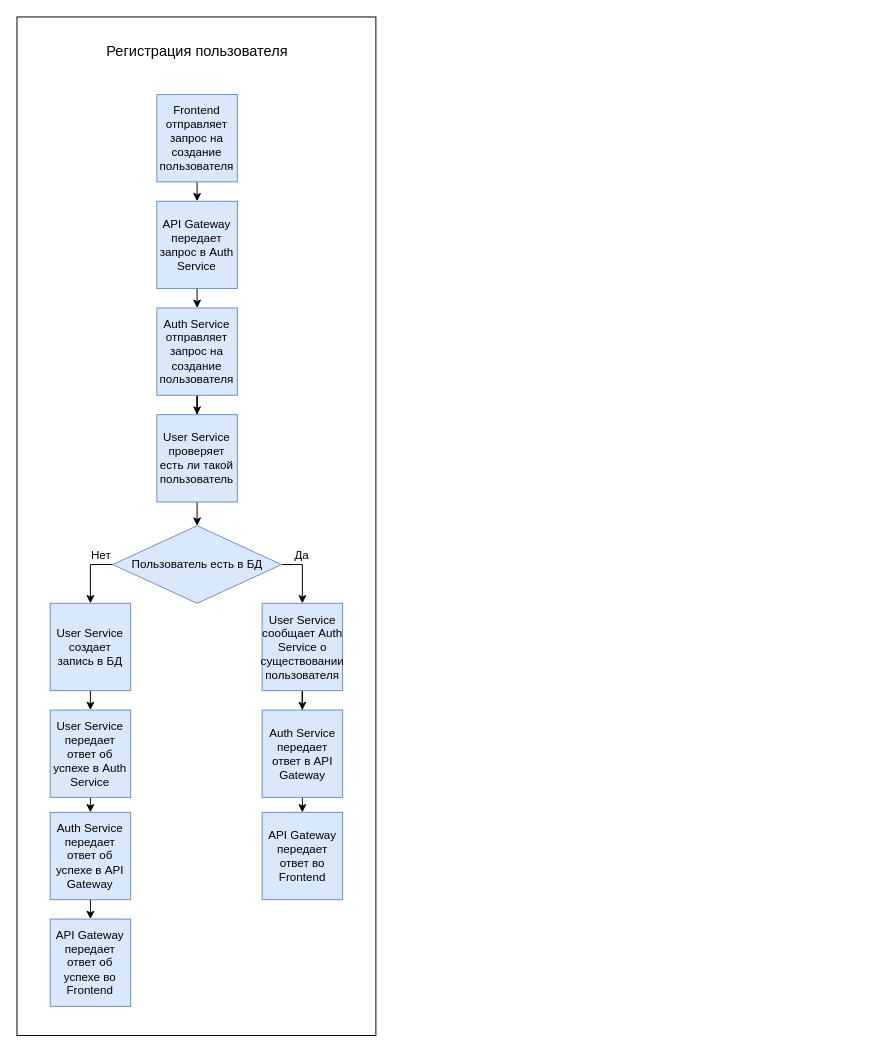
fedverdev/mini-blog keeps this draw.io diagram as page "Auth Service Logic" (2 of 3) of mini-blog.drawio. Above is the earlier version. Source tidied: cells renumbered, new cells numbered last; positions are measured from the earlier drawing's top-left corner, leaving out a move shared by most shapes. Both pictures are drawn from the tidied source at 97%, with x=0, y=0 at pixel (16, 16).
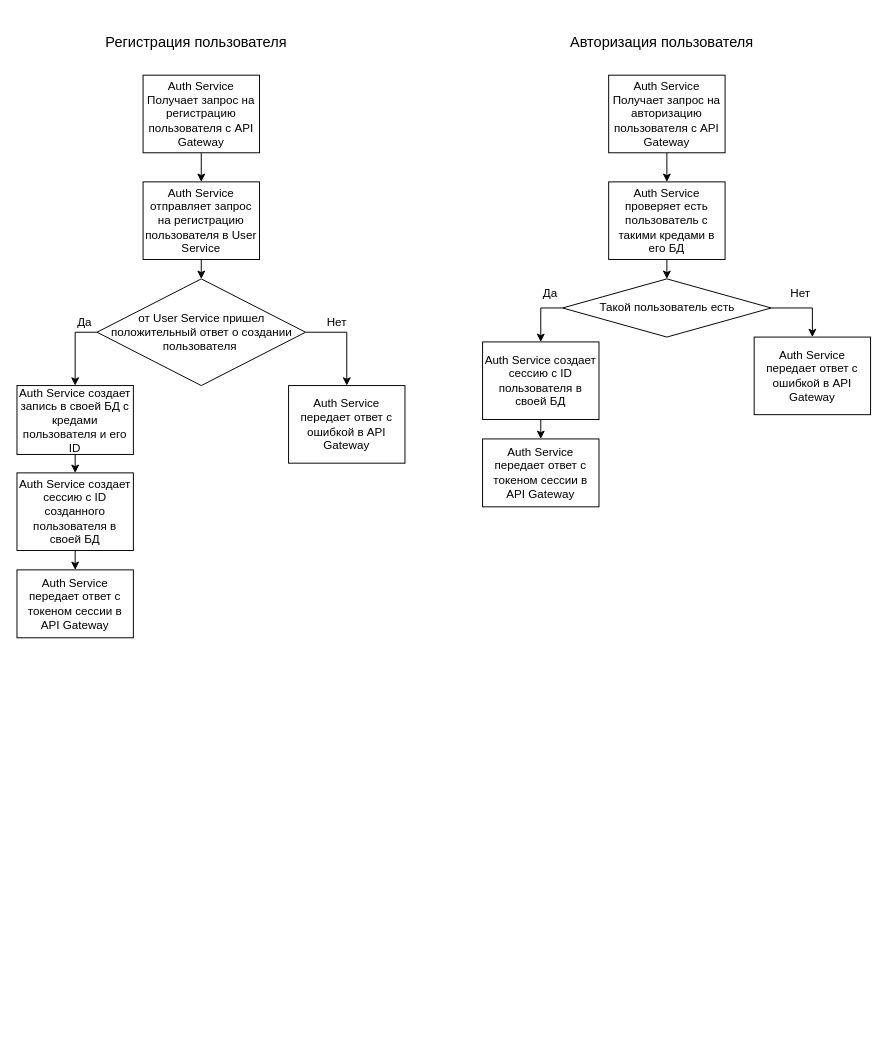
The same diagram, later.

Commit message (it also covers changes not shown here):
Добавлена логика работы Auth Service

Change to the diagram source:
```diff
@@
-    <mxCell id="2" style="group;" parent="1" vertex="1">
-      <mxGeometry width="370" height="1050" as="geometry" />
-    </mxCell>
-    <mxCell id="3" style="rounded=0;whiteSpace=wrap;html=1;" parent="2" vertex="1">
-      <mxGeometry width="370" height="1050" as="geometry" />
-    </mxCell>
-    <mxCell id="4" style="group;" parent="2" vertex="1">
-      <mxGeometry x="34.2" y="20" width="301.5" height="1000" as="geometry" />
-    </mxCell>
-    <mxCell id="5" value="Регистрация пользователя" style="text;html=1;align=center;verticalAlign=middle;whiteSpace=wrap;rounded=0;fontSize=15;" parent="4" vertex="1">
-      <mxGeometry x="46.5" width="210" height="30" as="geometry" />
+    <mxCell id="5" value="Регистрация пользователя" style="text;html=1;align=center;verticalAlign=middle;whiteSpace=wrap;rounded=0;fontSize=15;" parent="1" vertex="1">
+      <mxGeometry x="80" y="10" width="210" height="30" as="geometry" />
     </mxCell>
-    <mxCell id="6" style="edgeStyle=orthogonalEdgeStyle;rounded=0;jettySize=auto;html=1;exitX=0.5;exitY=1;exitDx=0;exitDy=0;entryX=0.5;entryY=0;entryDx=0;entryDy=0;" parent="4" edge="1" source="7" target="9">
-      <mxGeometry relative="1" as="geometry" />
-    </mxCell>
-    <mxCell id="7" value="Frontend отправляет запрос на создание пользователя" style="rounded=0;whiteSpace=wrap;html=1;fillColor=#dae8fc;strokeColor=#6c8ebf;" parent="4" vertex="1">
-      <mxGeometry x="110" y="60" width="83" height="90" as="geometry" />
-    </mxCell>
-    <mxCell id="8" style="edgeStyle=orthogonalEdgeStyle;rounded=0;jettySize=auto;html=1;exitX=0.5;exitY=1;exitDx=0;exitDy=0;entryX=0.5;entryY=0;entryDx=0;entryDy=0;" parent="4" edge="1" source="9" target="11">
-      <mxGeometry relative="1" as="geometry" />
-    </mxCell>
-    <mxCell id="9" value="API Gateway передает запрос в Auth Service" style="rounded=0;whiteSpace=wrap;html=1;fillColor=#dae8fc;strokeColor=#6c8ebf;" parent="4" vertex="1">
-      <mxGeometry x="110" y="170" width="83" height="90" as="geometry" />
-    </mxCell>
-    <mxCell id="10" style="edgeStyle=orthogonalEdgeStyle;rounded=0;jettySize=auto;html=1;exitX=0.5;exitY=1;exitDx=0;exitDy=0;" parent="4" edge="1" source="11" target="13">
-      <mxGeometry relative="1" as="geometry" />
-    </mxCell>
-    <mxCell id="11" value="Auth Service отправляет запрос на создание пользователя" style="rounded=0;whiteSpace=wrap;html=1;fillColor=#dae8fc;strokeColor=#6c8ebf;" parent="4" vertex="1">
-      <mxGeometry x="110" y="280" width="83" height="90" as="geometry" />
-    </mxCell>
-    <mxCell id="12" style="edgeStyle=orthogonalEdgeStyle;rounded=0;jettySize=auto;html=1;exitX=0.5;exitY=1;exitDx=0;exitDy=0;entryX=0.5;entryY=0;entryDx=0;entryDy=0;" parent="4" edge="1" source="13" target="16">
-      <mxGeometry relative="1" as="geometry" />
-    </mxCell>
-    <mxCell id="13" value="User Service проверяет есть ли такой пользователь" style="rounded=0;whiteSpace=wrap;html=1;fillColor=#dae8fc;strokeColor=#6c8ebf;" parent="4" vertex="1">
-      <mxGeometry x="110" y="390" width="83" height="90" as="geometry" />
-    </mxCell>
-    <mxCell id="14" style="edgeStyle=orthogonalEdgeStyle;rounded=0;jettySize=auto;html=1;exitX=0;exitY=0.5;exitDx=0;exitDy=0;entryX=0.5;entryY=0;entryDx=0;entryDy=0;" parent="4" edge="1" source="16" target="20">
-      <mxGeometry relative="1" as="geometry" />
-    </mxCell>
-    <mxCell id="15" style="edgeStyle=orthogonalEdgeStyle;rounded=0;jettySize=auto;html=1;exitX=1;exitY=0.5;exitDx=0;exitDy=0;entryX=0.5;entryY=0;entryDx=0;entryDy=0;" parent="4" edge="1" source="16" target="27">
-      <mxGeometry relative="1" as="geometry" />
-    </mxCell>
-    <mxCell id="16" value="Пользователь есть в БД" style="rhombus;whiteSpace=wrap;html=1;fillColor=#dae8fc;strokeColor=#6c8ebf;" parent="4" vertex="1">
-      <mxGeometry x="64.5" y="504.5" width="174" height="80" as="geometry" />
-    </mxCell>
-    <mxCell id="17" value="Нет" style="text;html=1;align=center;verticalAlign=middle;whiteSpace=wrap;rounded=0;" parent="4" vertex="1">
-      <mxGeometry x="23" y="520" width="60" height="30" as="geometry" />
-    </mxCell>
-    <mxCell id="18" value="Да" style="text;html=1;align=center;verticalAlign=middle;whiteSpace=wrap;rounded=0;" parent="4" vertex="1">
-      <mxGeometry x="230" y="520" width="60" height="30" as="geometry" />
-    </mxCell>
-    <mxCell id="19" style="edgeStyle=orthogonalEdgeStyle;rounded=0;jettySize=auto;html=1;exitX=0.5;exitY=1;exitDx=0;exitDy=0;entryX=0.5;entryY=0;entryDx=0;entryDy=0;" parent="4" edge="1" source="20" target="22">
-      <mxGeometry relative="1" as="geometry" />
-    </mxCell>
-    <mxCell id="20" value="User Service создает запись в БД" style="rounded=0;whiteSpace=wrap;html=1;fillColor=#dae8fc;strokeColor=#6c8ebf;" parent="4" vertex="1">
-      <mxGeometry y="584.5" width="83" height="90" as="geometry" />
-    </mxCell>
-    <mxCell id="21" style="edgeStyle=orthogonalEdgeStyle;rounded=0;jettySize=auto;html=1;exitX=0.5;exitY=1;exitDx=0;exitDy=0;entryX=0.5;entryY=0;entryDx=0;entryDy=0;" parent="4" edge="1" source="22" target="24">
-      <mxGeometry relative="1" as="geometry" />
-    </mxCell>
-    <mxCell id="22" value="User Service передает ответ об успехе в Auth Service" style="rounded=0;whiteSpace=wrap;html=1;fillColor=#dae8fc;strokeColor=#6c8ebf;" parent="4" vertex="1">
-      <mxGeometry y="694.5" width="83" height="90" as="geometry" />
-    </mxCell>
-    <mxCell id="23" style="edgeStyle=orthogonalEdgeStyle;rounded=0;jettySize=auto;html=1;exitX=0.5;exitY=1;exitDx=0;exitDy=0;entryX=0.5;entryY=0;entryDx=0;entryDy=0;" parent="4" edge="1" source="24" target="25">
-      <mxGeometry relative="1" as="geometry" />
-    </mxCell>
-    <mxCell id="24" value="Auth Service передает ответ об успехе в API Gateway" style="rounded=0;whiteSpace=wrap;html=1;fillColor=#dae8fc;strokeColor=#6c8ebf;" parent="4" vertex="1">
-      <mxGeometry y="800" width="83" height="90" as="geometry" />
-    </mxCell>
-    <mxCell id="25" value="API Gateway передает ответ об успехе во Frontend" style="rounded=0;whiteSpace=wrap;html=1;fillColor=#dae8fc;strokeColor=#6c8ebf;" parent="4" vertex="1">
-      <mxGeometry y="910" width="83" height="90" as="geometry" />
-    </mxCell>
-    <mxCell id="26" style="edgeStyle=orthogonalEdgeStyle;rounded=0;jettySize=auto;html=1;exitX=0.5;exitY=1;exitDx=0;exitDy=0;" parent="4" edge="1" source="27" target="29">
-      <mxGeometry relative="1" as="geometry" />
-    </mxCell>
-    <mxCell id="27" value="User Service сообщает Auth Service о существовании пользователя" style="rounded=0;whiteSpace=wrap;html=1;fillColor=#dae8fc;strokeColor=#6c8ebf;" parent="4" vertex="1">
-      <mxGeometry x="218.5" y="584.5" width="83" height="90" as="geometry" />
-    </mxCell>
-    <mxCell id="28" style="edgeStyle=orthogonalEdgeStyle;rounded=0;jettySize=auto;html=1;exitX=0.5;exitY=1;exitDx=0;exitDy=0;entryX=0.5;entryY=0;entryDx=0;entryDy=0;" parent="4" edge="1" source="29" target="30">
-      <mxGeometry relative="1" as="geometry" />
-    </mxCell>
-    <mxCell id="29" value="Auth Service передает ответ в API Gateway" style="rounded=0;whiteSpace=wrap;html=1;fillColor=#dae8fc;strokeColor=#6c8ebf;" parent="4" vertex="1">
-      <mxGeometry x="218.5" y="694.5" width="83" height="90" as="geometry" />
-    </mxCell>
-    <mxCell id="30" value="API Gateway передает ответ во Frontend" style="rounded=0;whiteSpace=wrap;html=1;fillColor=#dae8fc;strokeColor=#6c8ebf;" parent="4" vertex="1">
-      <mxGeometry x="218.5" y="800" width="83" height="90" as="geometry" />
-    </mxCell>
+    <mxCell id="31" style="edgeStyle=orthogonalEdgeStyle;rounded=0;jettySize=auto;html=1;exitX=0.5;exitY=1;exitDx=0;exitDy=0;entryX=0.5;entryY=0;entryDx=0;entryDy=0;" parent="1" edge="1" source="32" target="34">
+      <mxGeometry relative="1" as="geometry" />
+    </mxCell>
+    <mxCell id="32" value="Auth Service Получает запрос на регистрацию пользователя с API Gateway" style="rounded=0;whiteSpace=wrap;html=1;" parent="1" vertex="1">
+      <mxGeometry x="130" y="60" width="120" height="80" as="geometry" />
+    </mxCell>
+    <mxCell id="33" style="edgeStyle=orthogonalEdgeStyle;rounded=0;jettySize=auto;html=1;exitX=0.5;exitY=1;exitDx=0;exitDy=0;entryX=0.5;entryY=0;entryDx=0;entryDy=0;" parent="1" edge="1" source="34" target="37">
+      <mxGeometry relative="1" as="geometry" />
+    </mxCell>
+    <mxCell id="34" value="Auth Service отправляет запрос на регистрацию пользователя в User Service" style="rounded=0;whiteSpace=wrap;html=1;" parent="1" vertex="1">
+      <mxGeometry x="130" y="170" width="120" height="80" as="geometry" />
+    </mxCell>
+    <mxCell id="35" style="edgeStyle=orthogonalEdgeStyle;rounded=0;jettySize=auto;html=1;exitX=1;exitY=0.5;exitDx=0;exitDy=0;entryX=0.5;entryY=0;entryDx=0;entryDy=0;" parent="1" edge="1" source="37" target="42">
+      <mxGeometry relative="1" as="geometry" />
+    </mxCell>
+    <mxCell id="36" style="edgeStyle=orthogonalEdgeStyle;rounded=0;jettySize=auto;html=1;exitX=0;exitY=0.5;exitDx=0;exitDy=0;entryX=0.5;entryY=0;entryDx=0;entryDy=0;" parent="1" edge="1" source="37" target="59">
+      <mxGeometry relative="1" as="geometry" />
+    </mxCell>
+    <mxCell id="37" value="от User Service пришел положительный ответ о создании пользователя&amp;nbsp;" style="rhombus;whiteSpace=wrap;html=1;" parent="1" vertex="1">
+      <mxGeometry x="82.5" y="270" width="215" height="110" as="geometry" />
+    </mxCell>
+    <mxCell id="38" style="edgeStyle=orthogonalEdgeStyle;rounded=0;jettySize=auto;html=1;exitX=0.5;exitY=1;exitDx=0;exitDy=0;entryX=0.5;entryY=0;entryDx=0;entryDy=0;" parent="1" edge="1" source="39" target="40">
+      <mxGeometry relative="1" as="geometry" />
+    </mxCell>
+    <mxCell id="39" value="Auth Service создает сессию с ID созданного пользователя в своей БД" style="rounded=0;whiteSpace=wrap;html=1;" parent="1" vertex="1">
+      <mxGeometry y="470" width="120" height="80" as="geometry" />
+    </mxCell>
+    <mxCell id="40" value="Auth Service передает ответ с токеном сессии в API Gateway" style="rounded=0;whiteSpace=wrap;html=1;" parent="1" vertex="1">
+      <mxGeometry y="570" width="120" height="70" as="geometry" />
+    </mxCell>
+    <mxCell id="41" value="Да" style="text;html=1;align=center;verticalAlign=middle;whiteSpace=wrap;rounded=0;" parent="1" vertex="1">
+      <mxGeometry x="40" y="300" width="60" height="30" as="geometry" />
+    </mxCell>
+    <mxCell id="42" value="Auth Service передает ответ с ошибкой в API Gateway" style="rounded=0;whiteSpace=wrap;html=1;" parent="1" vertex="1">
+      <mxGeometry x="280" y="380" width="120" height="80" as="geometry" />
+    </mxCell>
+    <mxCell id="43" value="Нет" style="text;html=1;align=center;verticalAlign=middle;whiteSpace=wrap;rounded=0;" parent="1" vertex="1">
+      <mxGeometry x="300" y="300" width="60" height="30" as="geometry" />
+    </mxCell>
+    <mxCell id="44" value="Авторизация пользователя" style="text;html=1;align=center;verticalAlign=middle;whiteSpace=wrap;rounded=0;fontSize=15;" parent="1" vertex="1">
+      <mxGeometry x="560" y="10" width="210" height="30" as="geometry" />
+    </mxCell>
+    <mxCell id="45" style="edgeStyle=orthogonalEdgeStyle;rounded=0;jettySize=auto;html=1;exitX=0.5;exitY=1;exitDx=0;exitDy=0;entryX=0.5;entryY=0;entryDx=0;entryDy=0;" parent="1" edge="1" source="46" target="48">
+      <mxGeometry relative="1" as="geometry" />
+    </mxCell>
+    <mxCell id="46" value="Auth Service Получает запрос на авторизацию пользователя с API Gateway" style="rounded=0;whiteSpace=wrap;html=1;" parent="1" vertex="1">
+      <mxGeometry x="610" y="60" width="120" height="80" as="geometry" />
+    </mxCell>
+    <mxCell id="47" style="edgeStyle=orthogonalEdgeStyle;rounded=0;jettySize=auto;html=1;exitX=0.5;exitY=1;exitDx=0;exitDy=0;entryX=0.5;entryY=0;entryDx=0;entryDy=0;" parent="1" edge="1" source="48" target="51">
+      <mxGeometry relative="1" as="geometry" />
+    </mxCell>
+    <mxCell id="48" value="Auth Service проверяет есть пользователь с такими кредами в его БД" style="rounded=0;whiteSpace=wrap;html=1;" parent="1" vertex="1">
+      <mxGeometry x="610" y="170" width="120" height="80" as="geometry" />
+    </mxCell>
+    <mxCell id="49" style="edgeStyle=orthogonalEdgeStyle;rounded=0;jettySize=auto;html=1;exitX=0;exitY=0.5;exitDx=0;exitDy=0;entryX=0.5;entryY=0;entryDx=0;entryDy=0;" parent="1" edge="1" source="51" target="53">
+      <mxGeometry relative="1" as="geometry" />
+    </mxCell>
+    <mxCell id="50" style="edgeStyle=orthogonalEdgeStyle;rounded=0;jettySize=auto;html=1;exitX=1;exitY=0.5;exitDx=0;exitDy=0;entryX=0.5;entryY=0;entryDx=0;entryDy=0;" parent="1" edge="1" source="51" target="56">
+      <mxGeometry relative="1" as="geometry" />
+    </mxCell>
+    <mxCell id="51" value="Такой пользователь есть" style="rhombus;whiteSpace=wrap;html=1;" parent="1" vertex="1">
+      <mxGeometry x="562.5" y="270" width="215" height="60" as="geometry" />
+    </mxCell>
+    <mxCell id="52" style="edgeStyle=orthogonalEdgeStyle;rounded=0;jettySize=auto;html=1;exitX=0.5;exitY=1;exitDx=0;exitDy=0;entryX=0.5;entryY=0;entryDx=0;entryDy=0;" parent="1" edge="1" source="53" target="54">
+      <mxGeometry relative="1" as="geometry" />
+    </mxCell>
+    <mxCell id="53" value="Auth Service создает сессию с ID пользователя в своей БД" style="rounded=0;whiteSpace=wrap;html=1;" parent="1" vertex="1">
+      <mxGeometry x="480" y="335" width="120" height="80" as="geometry" />
+    </mxCell>
+    <mxCell id="54" value="Auth Service передает ответ с токеном сессии в API Gateway" style="rounded=0;whiteSpace=wrap;html=1;" parent="1" vertex="1">
+      <mxGeometry x="480" y="435" width="120" height="70" as="geometry" />
+    </mxCell>
+    <mxCell id="55" value="Да" style="text;html=1;align=center;verticalAlign=middle;whiteSpace=wrap;rounded=0;" parent="1" vertex="1">
+      <mxGeometry x="520" y="270" width="60" height="30" as="geometry" />
+    </mxCell>
+    <mxCell id="56" value="Auth Service передает ответ с ошибкой в API Gateway" style="rounded=0;whiteSpace=wrap;html=1;" parent="1" vertex="1">
+      <mxGeometry x="760" y="330" width="120" height="80" as="geometry" />
+    </mxCell>
+    <mxCell id="57" value="Нет" style="text;html=1;align=center;verticalAlign=middle;whiteSpace=wrap;rounded=0;" parent="1" vertex="1">
+      <mxGeometry x="777.5" y="270" width="60" height="30" as="geometry" />
+    </mxCell>
+    <mxCell id="58" style="edgeStyle=orthogonalEdgeStyle;rounded=0;jettySize=auto;html=1;exitX=0.5;exitY=1;exitDx=0;exitDy=0;entryX=0.5;entryY=0;entryDx=0;entryDy=0;" parent="1" edge="1" source="59" target="39">
+      <mxGeometry relative="1" as="geometry" />
+    </mxCell>
+    <mxCell id="59" value="Auth Service создает запись в своей БД с кредами пользователя и его ID" style="rounded=0;whiteSpace=wrap;html=1;" parent="1" vertex="1">
+      <mxGeometry y="380" width="120" height="71" as="geometry" />
+    </mxCell>
```
